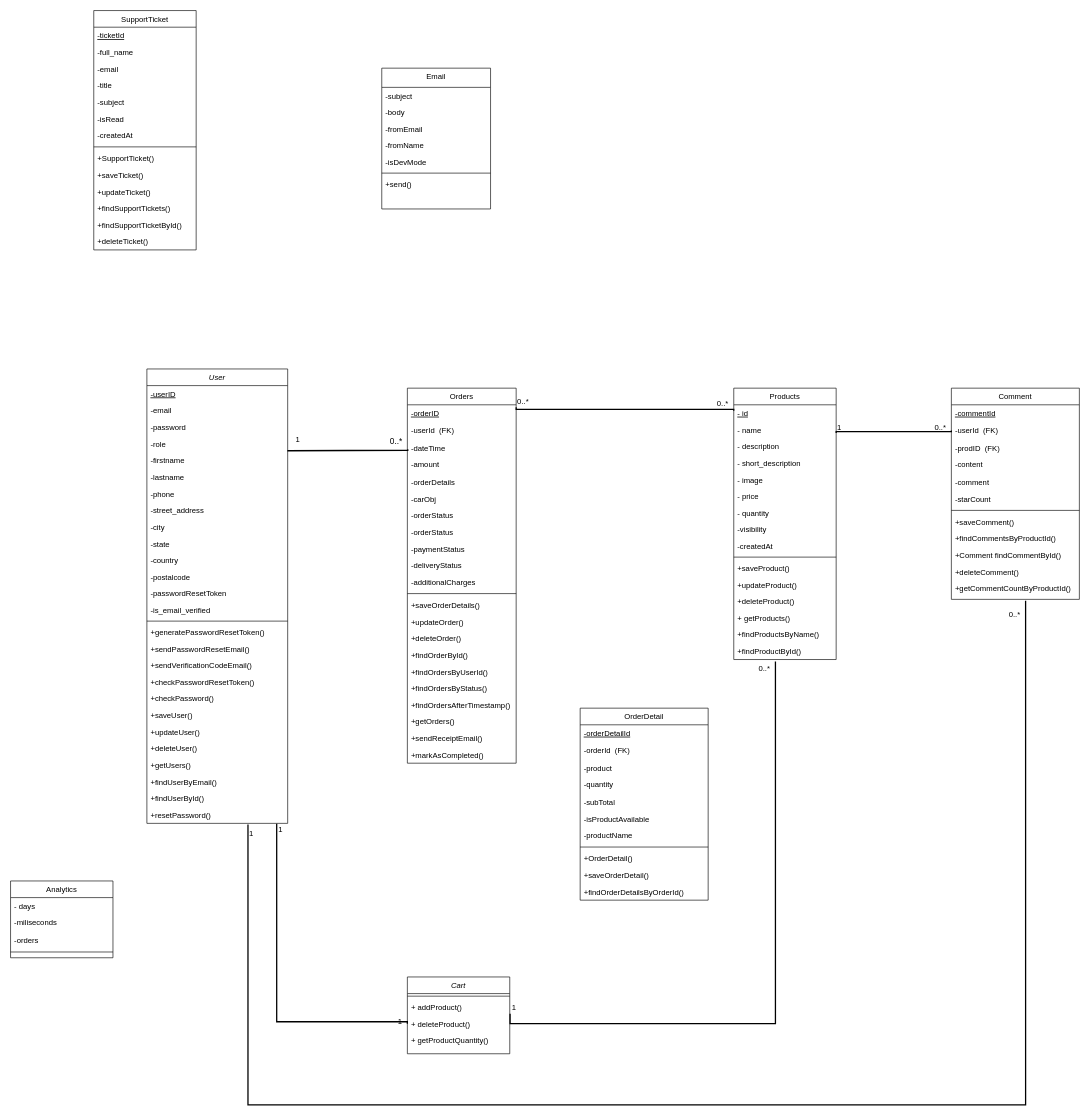
Above: assets/diagrams/Class Diagram.drawio in isira-adithya/PUSL2024 (draw.io), before the change. Source tidied: cells renumbered, new cells numbered last; positions are measured from the earlier drawing's top-left corner, leaving out a move shared by most shapes. Both pictures are drawn from the tidied source at 64%, with x=0, y=0 at pixel (10, 10).
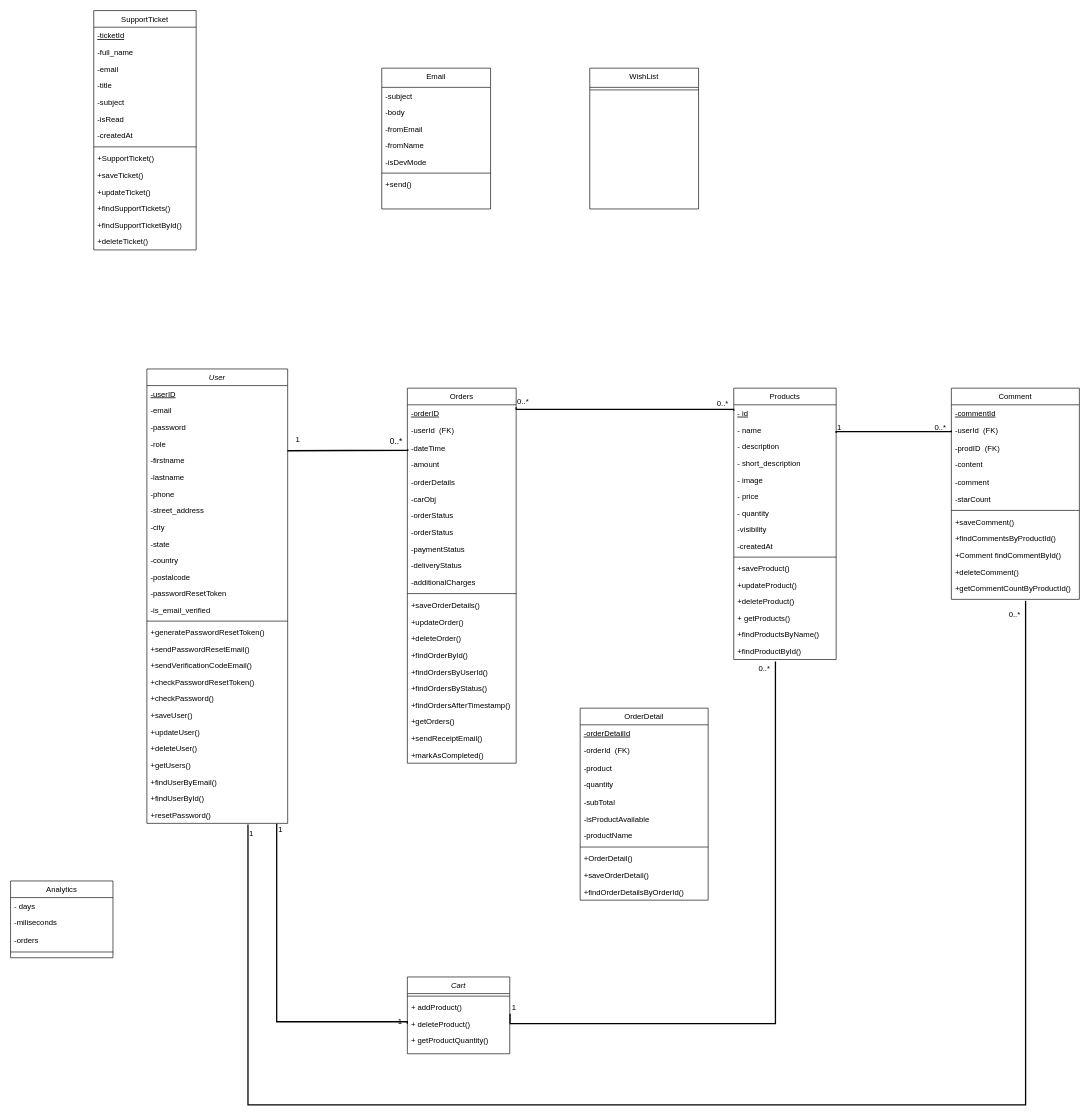
The same page after the edit.

Commit message:
added Wishlist class to class diagram

The edit, as a diff of the source:
```diff
@@
+    <mxCell id="146" value="WishList" style="swimlane;fontStyle=0;align=center;verticalAlign=top;horizontal=1;startSize=30;rounded=0;shadow=0;strokeWidth=1;" parent="1" vertex="1">
+      <mxGeometry x="905" y="90" width="170" height="220" as="geometry" />
+    </mxCell>
+    <mxCell id="147" style="line;html=1;strokeWidth=1;align=left;verticalAlign=middle;spacingTop=-1;spacingLeft=3;spacingRight=3;labelPosition=right;" parent="146" vertex="1">
+      <mxGeometry y="30" width="170" height="8" as="geometry" />
+    </mxCell>
```
